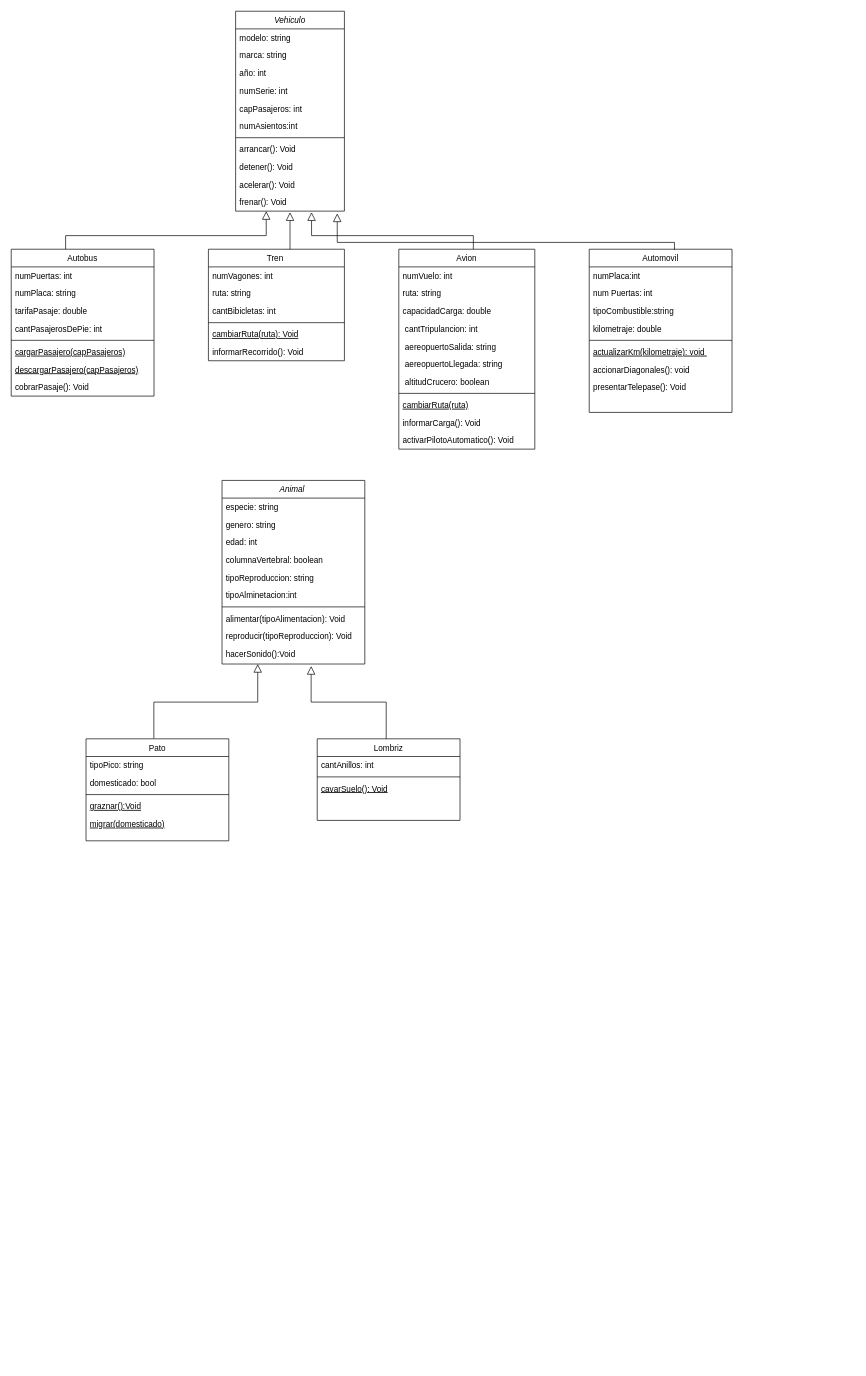
Earlier version of the draw.io diagram Diagrama sin título.drawio (diroco1964/diagramaClases). Source tidied: cells renumbered, new cells numbered last; positions are measured from the earlier drawing's top-left corner, leaving out a move shared by most shapes. Both pictures are drawn from the tidied source at 68%, with x=0, y=0 at pixel (11, 11).
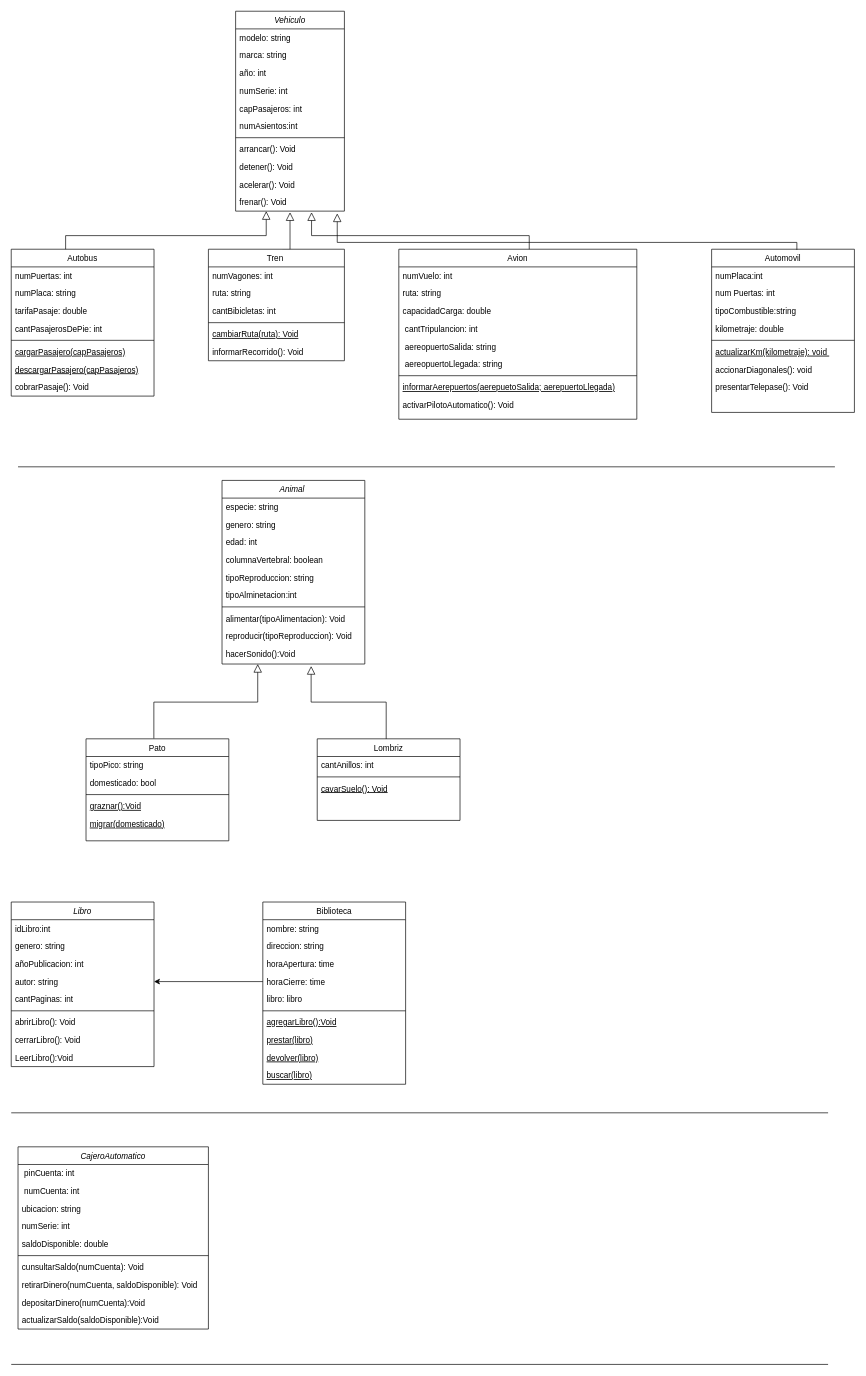
The same page after the edit.

Diff of the diagram source:
```diff
@@
     <mxCell id="33" value="Avion" style="swimlane;fontStyle=0;align=center;verticalAlign=top;horizontal=1;startSize=26;rounded=0;shadow=0;strokeWidth=1;" parent="1" vertex="1">
-      <mxGeometry x="570" y="350" width="200" height="294" as="geometry" />
+      <mxGeometry x="570" y="350" width="350" height="250" as="geometry" />
     </mxCell>
     <mxCell id="34" value="numVuelo: int " style="text;align=left;verticalAlign=top;spacingLeft=4;spacingRight=4;overflow=hidden;" parent="33" vertex="1">
-      <mxGeometry y="26" width="200" height="26" as="geometry" />
+      <mxGeometry y="26" width="350" height="26" as="geometry" />
     </mxCell>
     <mxCell id="35" value="ruta: string" style="text;align=left;verticalAlign=top;spacingLeft=4;spacingRight=4;overflow=hidden;rounded=0;shadow=0;html=0;" parent="33" vertex="1">
-      <mxGeometry y="52" width="200" height="26" as="geometry" />
+      <mxGeometry y="52" width="350" height="26" as="geometry" />
     </mxCell>
     <mxCell id="36" value="capacidadCarga: double" style="text;align=left;verticalAlign=top;spacingLeft=4;spacingRight=4;overflow=hidden;rounded=0;shadow=0;html=0;" parent="33" vertex="1">
-      <mxGeometry y="78" width="200" height="26" as="geometry" />
+      <mxGeometry y="78" width="350" height="26" as="geometry" />
     </mxCell>
     <mxCell id="37" value=" cantTripulancion: int " style="text;align=left;verticalAlign=top;spacingLeft=4;spacingRight=4;overflow=hidden;rounded=0;shadow=0;html=0;" parent="33" vertex="1">
-      <mxGeometry y="104" width="200" height="26" as="geometry" />
+      <mxGeometry y="104" width="350" height="26" as="geometry" />
     </mxCell>
     <mxCell id="38" value=" aereopuertoSalida: string " style="text;align=left;verticalAlign=top;spacingLeft=4;spacingRight=4;overflow=hidden;rounded=0;shadow=0;html=0;" parent="33" vertex="1">
-      <mxGeometry y="130" width="200" height="26" as="geometry" />
+      <mxGeometry y="130" width="350" height="26" as="geometry" />
     </mxCell>
     <mxCell id="39" value=" aereopuertoLlegada: string " style="text;align=left;verticalAlign=top;spacingLeft=4;spacingRight=4;overflow=hidden;rounded=0;shadow=0;html=0;" parent="33" vertex="1">
-      <mxGeometry y="156" width="200" height="26" as="geometry" />
+      <mxGeometry y="156" width="350" height="26" as="geometry" />
     </mxCell>
-    <mxCell id="40" value=" altitudCrucero: boolean" style="text;align=left;verticalAlign=top;spacingLeft=4;spacingRight=4;overflow=hidden;rounded=0;shadow=0;html=0;" parent="33" vertex="1">
-      <mxGeometry y="182" width="200" height="26" as="geometry" />
-    </mxCell>
     <mxCell id="41" style="line;html=1;strokeWidth=1;align=left;verticalAlign=middle;spacingTop=-1;spacingLeft=3;spacingRight=3;labelPosition=right;" parent="33" vertex="1">
-      <mxGeometry y="208" width="200" height="8" as="geometry" />
+      <mxGeometry y="182" width="350" height="8" as="geometry" />
     </mxCell>
-    <mxCell id="42" value="cambiarRuta(ruta)" style="text;align=left;verticalAlign=top;spacingLeft=4;spacingRight=4;overflow=hidden;fontStyle=4;" parent="33" vertex="1">
-      <mxGeometry y="216" width="200" height="26" as="geometry" />
+    <mxCell id="42" value="informarAerepuertos(aerepuetoSalida; aerepuertoLlegada)" style="text;align=left;verticalAlign=top;spacingLeft=4;spacingRight=4;overflow=hidden;fontStyle=4;" parent="33" vertex="1">
+      <mxGeometry y="190" width="350" height="26" as="geometry" />
     </mxCell>
-    <mxCell id="43" value="informarCarga(): Void" style="text;align=left;verticalAlign=top;spacingLeft=4;spacingRight=4;overflow=hidden;" parent="33" vertex="1">
-      <mxGeometry y="242" width="200" height="26" as="geometry" />
-    </mxCell>
     <mxCell id="44" value="activarPilotoAutomatico(): Void" style="text;align=left;verticalAlign=top;spacingLeft=4;spacingRight=4;overflow=hidden;" parent="33" vertex="1">
-      <mxGeometry y="268" width="200" height="26" as="geometry" />
+      <mxGeometry y="216" width="350" height="26" as="geometry" />
     </mxCell>
     <mxCell id="45" value="Automovil" style="swimlane;fontStyle=0;align=center;verticalAlign=top;horizontal=1;startSize=26;rounded=0;shadow=0;strokeWidth=1;" parent="1" vertex="1">
-      <mxGeometry x="850" y="350" width="210" height="240" as="geometry" />
+      <mxGeometry x="1030" y="350" width="210" height="240" as="geometry" />
     </mxCell>
@@
+    <mxCell id="78" value="Libro" style="swimlane;fontStyle=2;align=center;verticalAlign=top;horizontal=1;startSize=26;rounded=0;shadow=0;strokeWidth=1;" parent="1" vertex="1">
+      <mxGeometry y="1310" width="210" height="242" as="geometry" />
+    </mxCell>
+    <mxCell id="79" value="idLibro:int" style="text;align=left;verticalAlign=top;spacingLeft=4;spacingRight=4;overflow=hidden;" parent="78" vertex="1">
+      <mxGeometry y="26" width="210" height="26" as="geometry" />
+    </mxCell>
+    <mxCell id="80" value="genero: string" style="text;align=left;verticalAlign=top;spacingLeft=4;spacingRight=4;overflow=hidden;" parent="78" vertex="1">
+      <mxGeometry y="52" width="210" height="26" as="geometry" />
+    </mxCell>
+    <mxCell id="81" value="añoPublicacion: int" style="text;align=left;verticalAlign=top;spacingLeft=4;spacingRight=4;overflow=hidden;" parent="78" vertex="1">
+      <mxGeometry y="78" width="210" height="26" as="geometry" />
+    </mxCell>
+    <mxCell id="82" value="autor: string" style="text;align=left;verticalAlign=top;spacingLeft=4;spacingRight=4;overflow=hidden;points=[[0,0.5],[1,0.5]];portConstraint=eastwest;" parent="78" vertex="1">
+      <mxGeometry y="104" width="210" height="26" as="geometry" />
+    </mxCell>
+    <mxCell id="83" value="cantPaginas: int" style="text;align=left;verticalAlign=top;spacingLeft=4;spacingRight=4;overflow=hidden;rounded=0;shadow=0;html=0;" parent="78" vertex="1">
+      <mxGeometry y="130" width="210" height="26" as="geometry" />
+    </mxCell>
+    <mxCell id="84" style="line;html=1;strokeWidth=1;align=left;verticalAlign=middle;spacingTop=-1;spacingLeft=3;spacingRight=3;labelPosition=right;" parent="78" vertex="1">
+      <mxGeometry y="156" width="210" height="8" as="geometry" />
+    </mxCell>
+    <mxCell id="85" value="abrirLibro(): Void" style="text;align=left;verticalAlign=top;spacingLeft=4;spacingRight=4;overflow=hidden;" parent="78" vertex="1">
+      <mxGeometry y="164" width="210" height="26" as="geometry" />
+    </mxCell>
+    <mxCell id="86" value="cerrarLibro(): Void" style="text;align=left;verticalAlign=top;spacingLeft=4;spacingRight=4;overflow=hidden;" parent="78" vertex="1">
+      <mxGeometry y="190" width="210" height="26" as="geometry" />
+    </mxCell>
+    <mxCell id="87" value="LeerLibro():Void" style="text;align=left;verticalAlign=top;spacingLeft=4;spacingRight=4;overflow=hidden;" parent="78" vertex="1">
+      <mxGeometry y="216" width="210" height="26" as="geometry" />
+    </mxCell>
+    <mxCell id="88" value="Biblioteca" style="swimlane;fontStyle=0;align=center;verticalAlign=top;horizontal=1;startSize=26;rounded=0;shadow=0;strokeWidth=1;" parent="1" vertex="1">
+      <mxGeometry x="370" y="1310" width="210" height="268" as="geometry" />
+    </mxCell>
+    <mxCell id="89" value="nombre: string " style="text;align=left;verticalAlign=top;spacingLeft=4;spacingRight=4;overflow=hidden;" parent="88" vertex="1">
+      <mxGeometry y="26" width="210" height="26" as="geometry" />
+    </mxCell>
+    <mxCell id="90" value="direccion: string" style="text;align=left;verticalAlign=top;spacingLeft=4;spacingRight=4;overflow=hidden;rounded=0;shadow=0;html=0;" parent="88" vertex="1">
+      <mxGeometry y="52" width="210" height="26" as="geometry" />
+    </mxCell>
+    <mxCell id="91" value="horaApertura: time" style="text;align=left;verticalAlign=top;spacingLeft=4;spacingRight=4;overflow=hidden;rounded=0;shadow=0;html=0;" parent="88" vertex="1">
+      <mxGeometry y="78" width="210" height="26" as="geometry" />
+    </mxCell>
+    <mxCell id="92" value="horaCierre: time" style="text;align=left;verticalAlign=top;spacingLeft=4;spacingRight=4;overflow=hidden;points=[[0,0.5],[1,0.5]];portConstraint=eastwest;rounded=0;shadow=0;html=0;" parent="88" vertex="1">
+      <mxGeometry y="104" width="210" height="26" as="geometry" />
+    </mxCell>
+    <mxCell id="93" value="libro: libro" style="text;align=left;verticalAlign=top;spacingLeft=4;spacingRight=4;overflow=hidden;rounded=0;shadow=0;html=0;" parent="88" vertex="1">
+      <mxGeometry y="130" width="210" height="26" as="geometry" />
+    </mxCell>
+    <mxCell id="94" style="line;html=1;strokeWidth=1;align=left;verticalAlign=middle;spacingTop=-1;spacingLeft=3;spacingRight=3;labelPosition=right;" parent="88" vertex="1">
+      <mxGeometry y="156" width="210" height="8" as="geometry" />
+    </mxCell>
+    <mxCell id="95" value="agregarLibro():Void" style="text;align=left;verticalAlign=top;spacingLeft=4;spacingRight=4;overflow=hidden;fontStyle=4;" parent="88" vertex="1">
+      <mxGeometry y="164" width="210" height="26" as="geometry" />
+    </mxCell>
+    <mxCell id="96" value="prestar(libro)" style="text;align=left;verticalAlign=top;spacingLeft=4;spacingRight=4;overflow=hidden;fontStyle=4;" parent="88" vertex="1">
+      <mxGeometry y="190" width="210" height="26" as="geometry" />
+    </mxCell>
+    <mxCell id="97" value="devolver(libro)" style="text;align=left;verticalAlign=top;spacingLeft=4;spacingRight=4;overflow=hidden;fontStyle=4;" parent="88" vertex="1">
+      <mxGeometry y="216" width="210" height="26" as="geometry" />
+    </mxCell>
+    <mxCell id="98" value="buscar(libro)" style="text;align=left;verticalAlign=top;spacingLeft=4;spacingRight=4;overflow=hidden;fontStyle=4;" parent="88" vertex="1">
+      <mxGeometry y="242" width="210" height="26" as="geometry" />
+    </mxCell>
+    <mxCell id="99" style="endArrow=classic;html=1;rounded=0;exitX=0;exitY=0.5;exitDx=0;exitDy=0;entryX=1;entryY=0.5;entryDx=0;entryDy=0;" parent="1" edge="1" source="92" target="82">
+      <mxGeometry relative="1" as="geometry" />
+    </mxCell>
+    <mxCell id="100" value="CajeroAutomatico" style="swimlane;fontStyle=2;align=center;verticalAlign=top;horizontal=1;startSize=26;rounded=0;shadow=0;strokeWidth=1;" parent="1" vertex="1">
+      <mxGeometry x="10" y="1670" width="280" height="268" as="geometry" />
+    </mxCell>
+    <mxCell id="101" value=" pinCuenta: int" style="text;align=left;verticalAlign=top;spacingLeft=4;spacingRight=4;overflow=hidden;" parent="100" vertex="1">
+      <mxGeometry y="26" width="280" height="26" as="geometry" />
+    </mxCell>
+    <mxCell id="102" value=" numCuenta: int" style="text;align=left;verticalAlign=top;spacingLeft=4;spacingRight=4;overflow=hidden;" parent="100" vertex="1">
+      <mxGeometry y="52" width="280" height="26" as="geometry" />
+    </mxCell>
+    <mxCell id="103" value="ubicacion: string" style="text;align=left;verticalAlign=top;spacingLeft=4;spacingRight=4;overflow=hidden;" parent="100" vertex="1">
+      <mxGeometry y="78" width="280" height="26" as="geometry" />
+    </mxCell>
+    <mxCell id="104" value="numSerie: int" style="text;align=left;verticalAlign=top;spacingLeft=4;spacingRight=4;overflow=hidden;" parent="100" vertex="1">
+      <mxGeometry y="104" width="280" height="26" as="geometry" />
+    </mxCell>
+    <mxCell id="105" value="saldoDisponible: double" style="text;align=left;verticalAlign=top;spacingLeft=4;spacingRight=4;overflow=hidden;" parent="100" vertex="1">
+      <mxGeometry y="130" width="280" height="26" as="geometry" />
+    </mxCell>
+    <mxCell id="106" style="line;html=1;strokeWidth=1;align=left;verticalAlign=middle;spacingTop=-1;spacingLeft=3;spacingRight=3;labelPosition=right;" parent="100" vertex="1">
+      <mxGeometry y="156" width="280" height="8" as="geometry" />
+    </mxCell>
+    <mxCell id="107" value="cunsultarSaldo(numCuenta): Void" style="text;align=left;verticalAlign=top;spacingLeft=4;spacingRight=4;overflow=hidden;" parent="100" vertex="1">
+      <mxGeometry y="164" width="280" height="26" as="geometry" />
+    </mxCell>
+    <mxCell id="108" value="retirarDinero(numCuenta, saldoDisponible): Void" style="text;align=left;verticalAlign=top;spacingLeft=4;spacingRight=4;overflow=hidden;" parent="100" vertex="1">
+      <mxGeometry y="190" width="280" height="26" as="geometry" />
+    </mxCell>
+    <mxCell id="109" value="depositarDinero(numCuenta):Void" style="text;align=left;verticalAlign=top;spacingLeft=4;spacingRight=4;overflow=hidden;" parent="100" vertex="1">
+      <mxGeometry y="216" width="280" height="26" as="geometry" />
+    </mxCell>
+    <mxCell id="110" value="actualizarSaldo(saldoDisponible):Void" style="text;align=left;verticalAlign=top;spacingLeft=4;spacingRight=4;overflow=hidden;" parent="100" vertex="1">
+      <mxGeometry y="242" width="280" height="26" as="geometry" />
+    </mxCell>
+    <mxCell id="111" style="endArrow=none;html=1;rounded=0;" parent="1" edge="1">
+      <mxGeometry relative="1" as="geometry">
+        <mxPoint x="10" y="670" as="sourcePoint" />
+        <mxPoint x="1211.3" y="670" as="targetPoint" />
+      </mxGeometry>
+    </mxCell>
+    <mxCell id="112" style="endArrow=none;html=1;rounded=0;" parent="1" edge="1">
+      <mxGeometry relative="1" as="geometry">
+        <mxPoint y="1620" as="sourcePoint" />
+        <mxPoint x="1201.3" y="1620" as="targetPoint" />
+      </mxGeometry>
+    </mxCell>
+    <mxCell id="113" style="endArrow=none;html=1;rounded=0;" parent="1" edge="1">
+      <mxGeometry relative="1" as="geometry">
+        <mxPoint y="1990" as="sourcePoint" />
+        <mxPoint x="1201.3" y="1990" as="targetPoint" />
+      </mxGeometry>
+    </mxCell>
```
